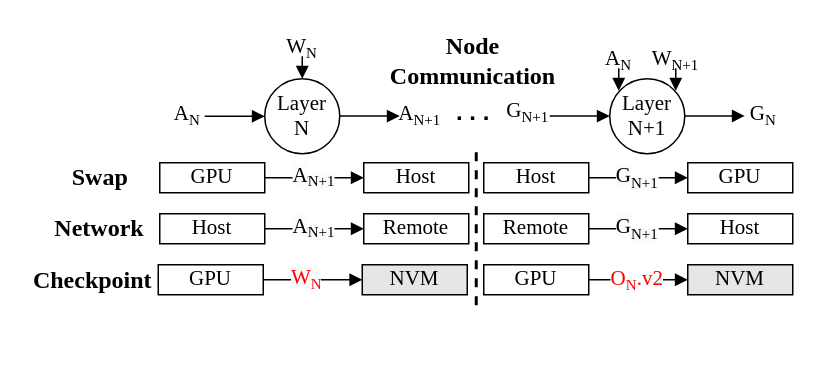
Earlier version of the draw.io diagram fig/pipeline2.drawio (icszhr/NCheck). Source tidied: cells renumbered, new cells numbered last; positions are measured from the earlier drawing's top-left corner, leaving out a move shared by most shapes. Both pictures are drawn from the tidied source at 150%, with x=0, y=0 at pixel (26, 26).
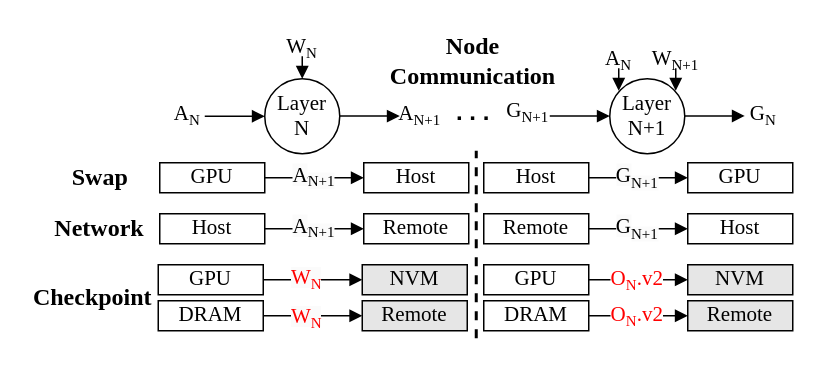
The same page after the edit.

Change to the diagram source:
```diff
@@
     <mxCell id="19" value="&lt;span style=&quot;font-size: 16px;&quot;&gt;&lt;b&gt;Checkpoint&lt;/b&gt;&lt;/span&gt;" style="text;html=1;align=center;verticalAlign=middle;whiteSpace=wrap;rounded=0;fontFamily=Times New Roman;" parent="1" vertex="1">
-      <mxGeometry y="154" width="89" height="30" as="geometry" />
+      <mxGeometry y="165" width="89" height="30" as="geometry" />
     </mxCell>
@@
     <mxCell id="21" style="endArrow=none;html=1;rounded=0;dashed=1;strokeWidth=2;" parent="1" edge="1">
       <mxGeometry relative="1" as="geometry">
-        <mxPoint x="300" y="186" as="sourcePoint" />
+        <mxPoint x="300" y="208" as="sourcePoint" />
         <mxPoint x="300" y="83" as="targetPoint" />
       </mxGeometry>
     </mxCell>
@@
+    <mxCell id="48" style="edgeStyle=orthogonalEdgeStyle;rounded=0;jettySize=auto;html=1;entryX=0;entryY=0.5;entryDx=0;entryDy=0;endArrow=block;endFill=1;exitX=1;exitY=0.5;exitDx=0;exitDy=0;fontFamily=Times New Roman;" parent="1" edge="1" source="49" target="50">
+      <mxGeometry relative="1" as="geometry" />
+    </mxCell>
+    <mxCell id="49" value="&lt;font style=&quot;font-size: 14px;&quot;&gt;DRAM&lt;/font&gt;" style="rounded=0;whiteSpace=wrap;html=1;fontFamily=Times New Roman;" parent="1" vertex="1">
+      <mxGeometry x="305" y="183" width="70" height="20" as="geometry" />
+    </mxCell>
+    <mxCell id="50" value="&lt;span style=&quot;font-size: 14px;&quot;&gt;Remote&lt;/span&gt;" style="rounded=0;whiteSpace=wrap;html=1;fontFamily=Times New Roman;fillColor=#E6E6E6;" parent="1" vertex="1">
+      <mxGeometry x="441" y="183" width="70" height="20" as="geometry" />
+    </mxCell>
+    <mxCell id="51" value="&lt;span style=&quot;font-family: &amp;quot;Times New Roman&amp;quot;; text-wrap: wrap; background-color: initial; font-size: 14px; color: rgb(255, 0, 0);&quot;&gt;O&lt;/span&gt;&lt;span style=&quot;font-family: &amp;quot;Times New Roman&amp;quot;; font-size: 12px; text-wrap: wrap; background-color: initial; color: rgb(255, 0, 0);&quot;&gt;&lt;sub&gt;N&lt;/sub&gt;&lt;font style=&quot;font-size: 14px;&quot;&gt;.v2&lt;/font&gt;&lt;/span&gt;" style="edgeLabel;html=1;align=center;verticalAlign=middle;" parent="1" vertex="1">
+      <mxGeometry x="406" y="193" as="geometry" />
+    </mxCell>
+    <mxCell id="52" style="edgeStyle=orthogonalEdgeStyle;rounded=0;jettySize=auto;html=1;entryX=0;entryY=0.5;entryDx=0;entryDy=0;endArrow=block;endFill=1;exitX=1;exitY=0.5;exitDx=0;exitDy=0;fontFamily=Times New Roman;" parent="1" edge="1" source="53" target="54">
+      <mxGeometry relative="1" as="geometry" />
+    </mxCell>
+    <mxCell id="53" value="&lt;font style=&quot;font-size: 14px;&quot;&gt;DRAM&lt;/font&gt;" style="rounded=0;whiteSpace=wrap;html=1;fontFamily=Times New Roman;" parent="1" vertex="1">
+      <mxGeometry x="88" y="183" width="70" height="20" as="geometry" />
+    </mxCell>
+    <mxCell id="54" value="&lt;span style=&quot;font-size: 14px;&quot;&gt;Remote&lt;/span&gt;" style="rounded=0;whiteSpace=wrap;html=1;fontFamily=Times New Roman;fillColor=#E6E6E6;" parent="1" vertex="1">
+      <mxGeometry x="224" y="183" width="70" height="20" as="geometry" />
+    </mxCell>
+    <mxCell id="55" value="&lt;font style=&quot;&quot;&gt;&lt;span style=&quot;font-style: normal; font-variant-ligatures: normal; font-variant-caps: normal; font-weight: 400; letter-spacing: normal; orphans: 2; text-align: center; text-indent: 0px; text-transform: none; widows: 2; word-spacing: 0px; -webkit-text-stroke-width: 0px; white-space: normal; background-color: rgb(251, 251, 251); text-decoration-thickness: initial; text-decoration-style: initial; text-decoration-color: initial; float: none; display: inline !important;&quot;&gt;&lt;span style=&quot;font-size: 14px; color: rgb(255, 0, 0);&quot;&gt;W&lt;/span&gt;&lt;sub style=&quot;&quot;&gt;&lt;font style=&quot;&quot;&gt;&lt;font style=&quot;font-size: 10px;&quot; color=&quot;#ff0000&quot;&gt;N&lt;/font&gt;&lt;/font&gt;&lt;/sub&gt;&lt;/span&gt;&lt;/font&gt;" style="text;whiteSpace=wrap;html=1;fontFamily=Times New Roman;" parent="1" vertex="1">
+      <mxGeometry x="175" y="179" width="29" height="30" as="geometry" />
+    </mxCell>
```
